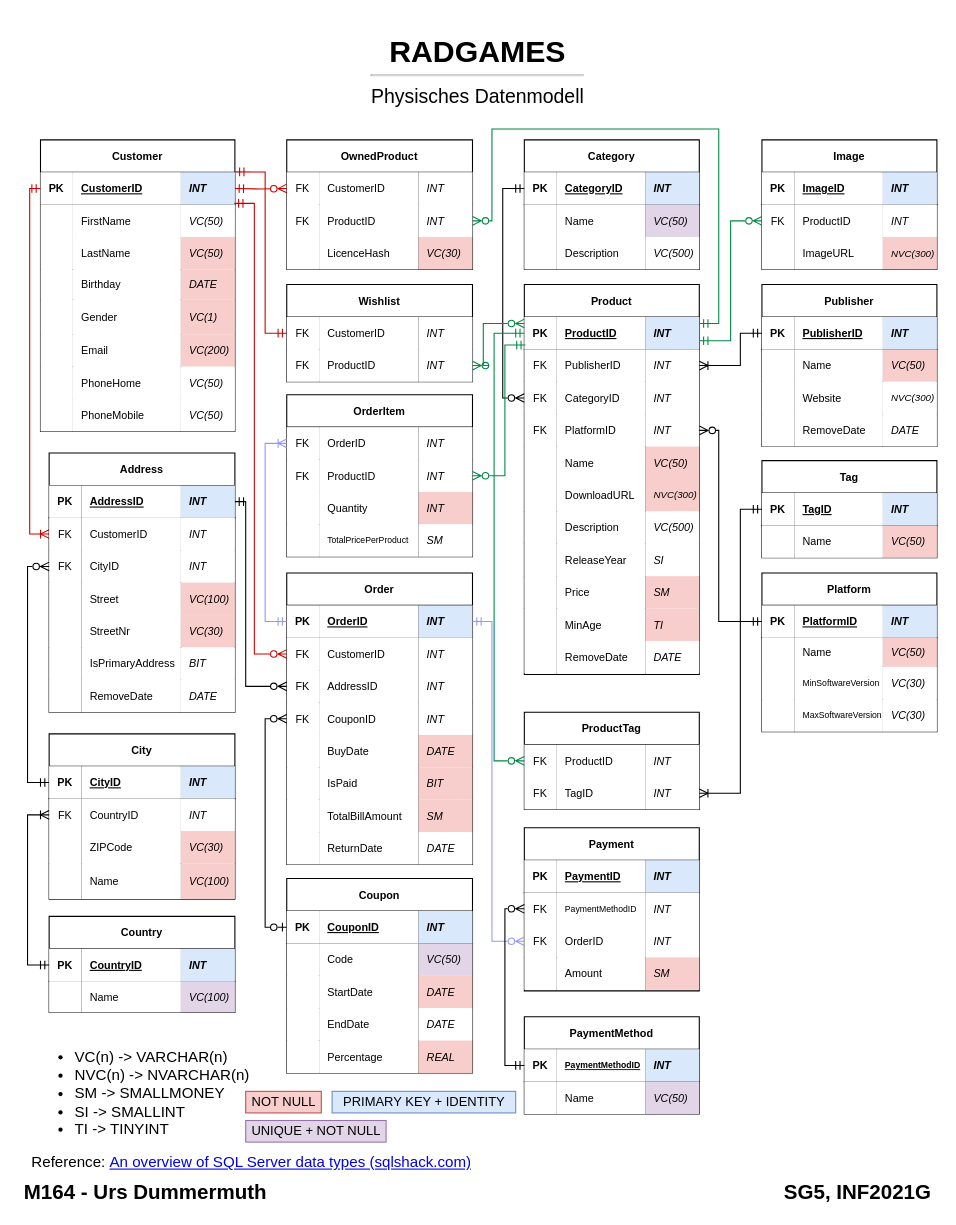
This is page "Physisch" (3 of 3) of Konzepte/Datenmodell.drawio from TD99/gibb-m164, a draw.io file, before an edit. Source tidied: cells renumbered, new cells numbered last; positions are measured from the earlier drawing's top-left corner, leaving out a move shared by most shapes. Both pictures are drawn from the tidied source at 108%, with x=0, y=0 at pixel (18, 29).
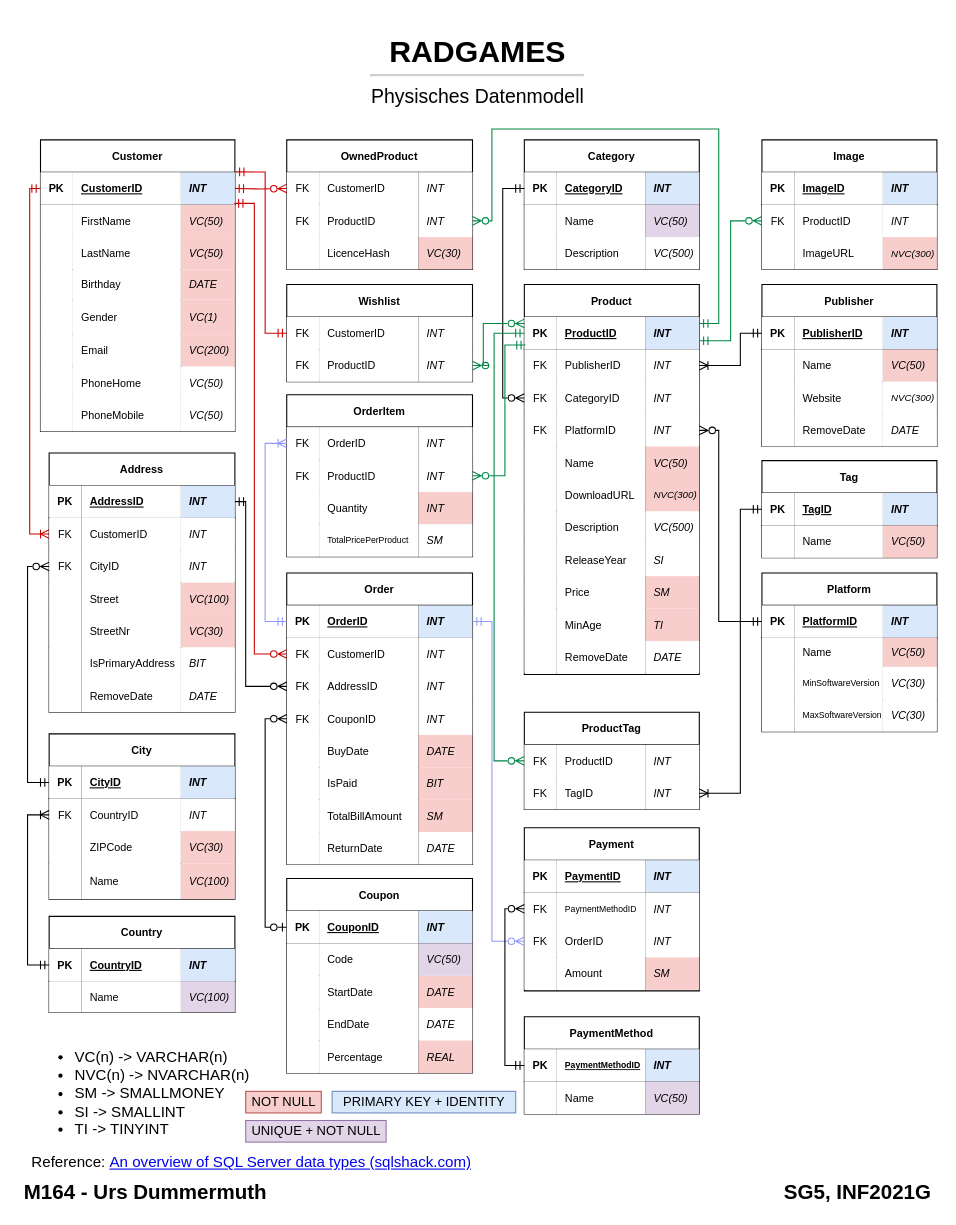
The same page after the edit.

Unchanged cells that the change refers to:
```xml
<mxCell id="10" style="shape=tableRow;horizontal=0;startSize=0;swimlaneHead=0;swimlaneBody=0;fillColor=none;top=0;left=0;right=0;bottom=0;" parent="5" vertex="1">
  <mxGeometry y="60" width="180" height="30" as="geometry" />
</mxCell>
```

Change to the diagram source:
```diff
@@
-    <mxCell id="13" value="VC(50)" style="shape=partialRectangle;top=0;left=0;bottom=0;right=0;align=left;spacingLeft=6;overflow=hidden;fontSize=10;spacing=2;fontStyle=2;fillColor=default;strokeColor=default;" parent="10" vertex="1">
+    <mxCell id="13" value="VC(50)" style="shape=partialRectangle;top=0;left=0;bottom=0;right=0;align=left;spacingLeft=6;overflow=hidden;fontSize=10;spacing=2;fontStyle=2;fillColor=#f8cecc;strokeColor=#b85450;" parent="10" vertex="1">
       <mxGeometry x="130" width="50" height="30" as="geometry" />
     </mxCell>
```
